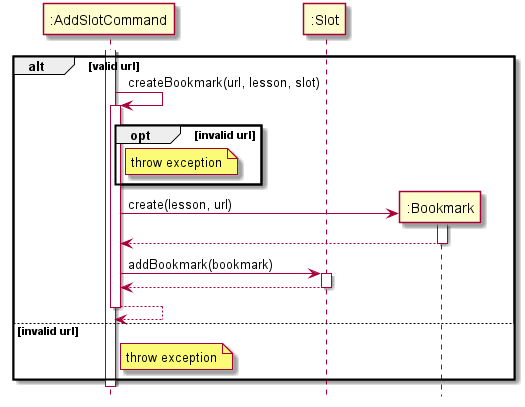
The PlantUML diagram docs/diagrams/addSlotSequenceDiagram6.png in nus-cs2113-AY2021S1/tp, before a commit.
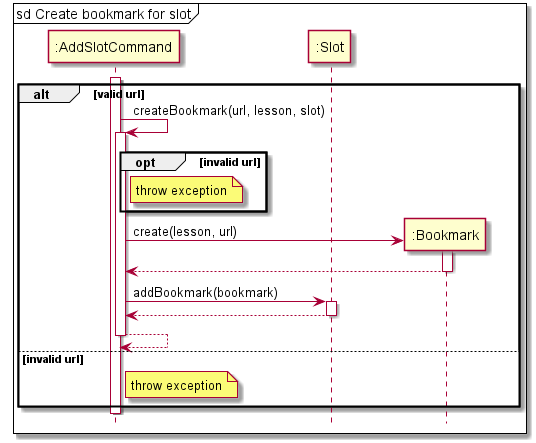
Later version of the same file.

Diff of the diagram source:
```diff
@@ -1,6 +1,8 @@
 @startuml
 hide footbox
 skinparam ParticipantPadding 20
+
+mainframe sd Create bookmark for slot
 
 participant ":AddSlotCommand" as AddSlotCommand
 participant ":Slot" as Slot
```
